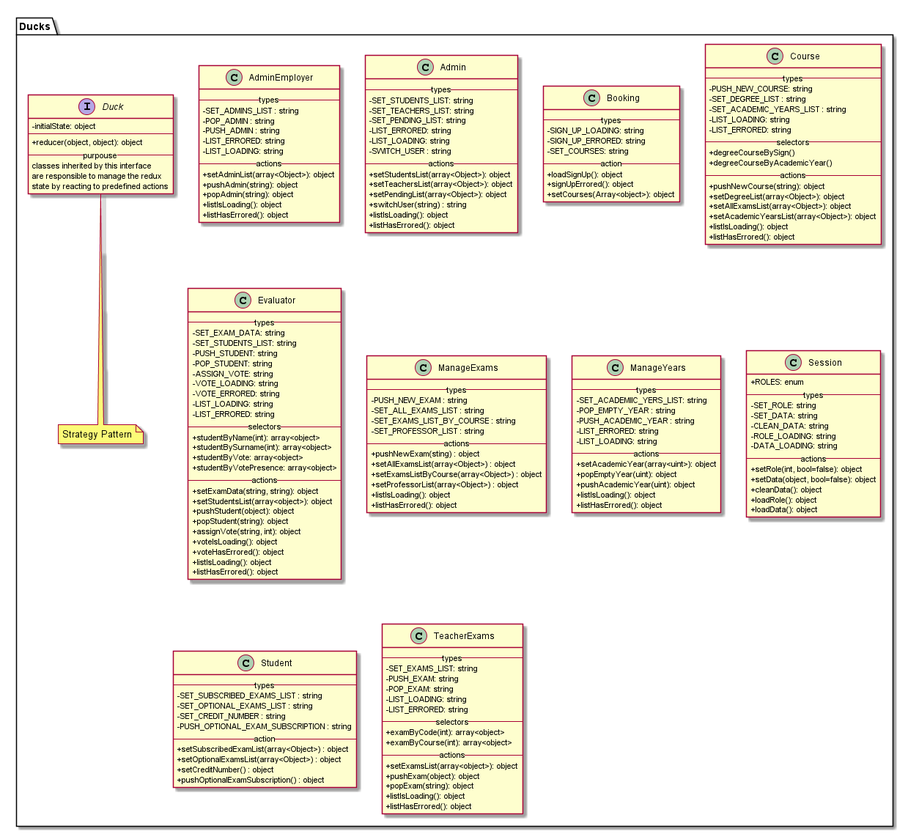
Earlier version of the PlantUML export Esterni/ManualeSviluppatore/diagrammi/redux/ducks.png (M9k/Marvin-Documentazione---353). The source it was exported from:
```plantuml
@startuml
skinparam linetype ortho
skinparam classAttributeIconSize 0
package "Ducks" {
interface Duck{
  - initialState: object
  --
  + reducer(object, object): object
  -- purpouse --
  classes inherited by this interface
  are responsible to manage the redux
  state by reacting to predefined actions
}
note bottom of Duck
 Strategy Pattern
end note
class AdminEmployer{
  -- types --
  - SET_ADMINS_LIST : string
  - POP_ADMIN : string
  - PUSH_ADMIN : string
  - LIST_ERRORED: string
  - LIST_LOADING: string
  -- actions --
  + setAdminList(array<Object>): object
  + pushAdmin(string): object
  + popAdmin(string): object
  + listIsLoading(): object
  + listHasErrored(): object
}


class Admin{
  --types--
  - SET_STUDENTS_LIST: string
  - SET_TEACHERS_LIST: string
  - SET_PENDING_LIST: string
  - LIST_ERRORED: string
  - LIST_LOADING: string
  - SWITCH_USER : string
  --actions--
  + setStudentsList(array<Object>): object
  + setTeachersList(array<Object>): object
  + setPendingList(array<Object>): object
  + switchUser(string) : string
  + listIsLoading(): object
  + listHasErrored(): object
}

class Booking{
  -- types --
  - SIGN_UP_LOADING: string
  - SIGN_UP_ERRORED: string
  - SET_COURSES: string
  -- action --
  + loadSignUp(): object
  + signUpErrored(): object
  + setCourses(Array<object>): object
}

class Course{
  -- types --
  - PUSH_NEW_COURSE: string
  - SET_DEGREE_LIST : string
  - SET_ACADEMIC_YEARS_LIST : string
  - LIST_LOADING: string
  - LIST_ERRORED: string
  -- selectors --
  + degreeCourseBySign()
  + degreeCourseByAcademicYear()
  -- actions --
  + pushNewCourse(string): object
  + setDegreeList(array<Object>): object
  + setAllExamsList(array<Object>): object
  + setAcademicYearsList(array<Object>): object
  + listIsLoading(): object
  + listHasErrored(): object
}

class Evaluator{
  -- types --
  - SET_EXAM_DATA: string
  - SET_STUDENTS_LIST: string
  - PUSH_STUDENT: string
  - POP_STUDENT: string
  - ASSIGN_VOTE: string
  - VOTE_LOADING: string
  - VOTE_ERRORED: string
  - LIST_LOADING: string
  - LIST_ERRORED: string
  -- selectors --
  + studentByName(int): array<object>
  + studentBySurname(int): array<object>
  + studentByVote: array<object>
  + studentByVotePresence: array<object>
  -- actions --
  + setExamData(string, string): object
  + setStudentsList(array<object>): object
  + pushStudent(object): object
  + popStudent(string): object
  + assignVote(string, int): object
  + voteIsLoading(): object
  + voteHasErrored(): object
  + listIsLoading(): object
  + listHasErrored(): object
}

class ManageExams{
  -- types --
  - PUSH_NEW_EXAM : string
  - SET_ALL_EXAMS_LIST : string
  - SET_EXAMS_LIST_BY_COURSE : string
  - SET_PROFESSOR_LIST : string
  -- actions --
  + pushNewExam(sting) : object
  + setAllExamsList(array<Object>) : object
  + setExamsListByCourse(array<Object>) : object
  + setProfessorList(array<Object>) : object
  + listIsLoading(): object
  + listHasErrored(): object
}

class ManageYears{
  -- types --
  - SET_ACADEMIIC_YERS_LIST: string
  - POP_EMPTY_YEAR : string
  - PUSH_ACADEMIC_YEAR : string
  - LIST_ERRORED: string
  - LIST_LOADING: string
  -- actions --
  + setAcademicYear(array<uint>): object
  + popEmptyYear(uint): object
  + pushAcademicYear(uint): object
  + listIsLoading(): object
  + listHasErrored(): object
}

class Session{
  + ROLES: enum
  -- types --
  - SET_ROLE: string
  - SET_DATA: string
  - CLEAN_DATA: string
  - ROLE_LOADING: string
  - DATA_LOADING: string
  -- actions --
  + setRole(int, bool=false): object
  + setData(object, bool=false): object
  + cleanData(): object
  + loadRole(): object
  + loadData(): object
}

class Student{
  -- types --
  - SET_SUBSCRIBED_EXAMS_LIST : string
  - SET_OPTIONAL_EXAMS_LIST : string
  - SET_CREDIT_NUMBER : string
  - PUSH_OPTIONAL_EXAM_SUBSCRIPTION : string
  -- action --
  + setSubscribedExamList(array<Object>) : object
  + setOptionalExamsList(array<Object>) : object
  + setCreditNumber() : object
  + pushOptionalExamSubscription() : object
}

class TeacherExams{
  -- types --
  - SET_EXAMS_LIST: string
  - PUSH_EXAM: string
  - POP_EXAM: string
  - LIST_LOADING: string
  - LIST_ERRORED: string
  -- selectors --
  + examByCode(int): array<object>
  + examByCourse(int): array<object>
  -- actions --
  + setExamsList(array<object>): object
  + pushExam(object): object
  + popExam(string): object
  + listIsLoading(): object
  + listHasErrored(): object
}

}


@enduml
```
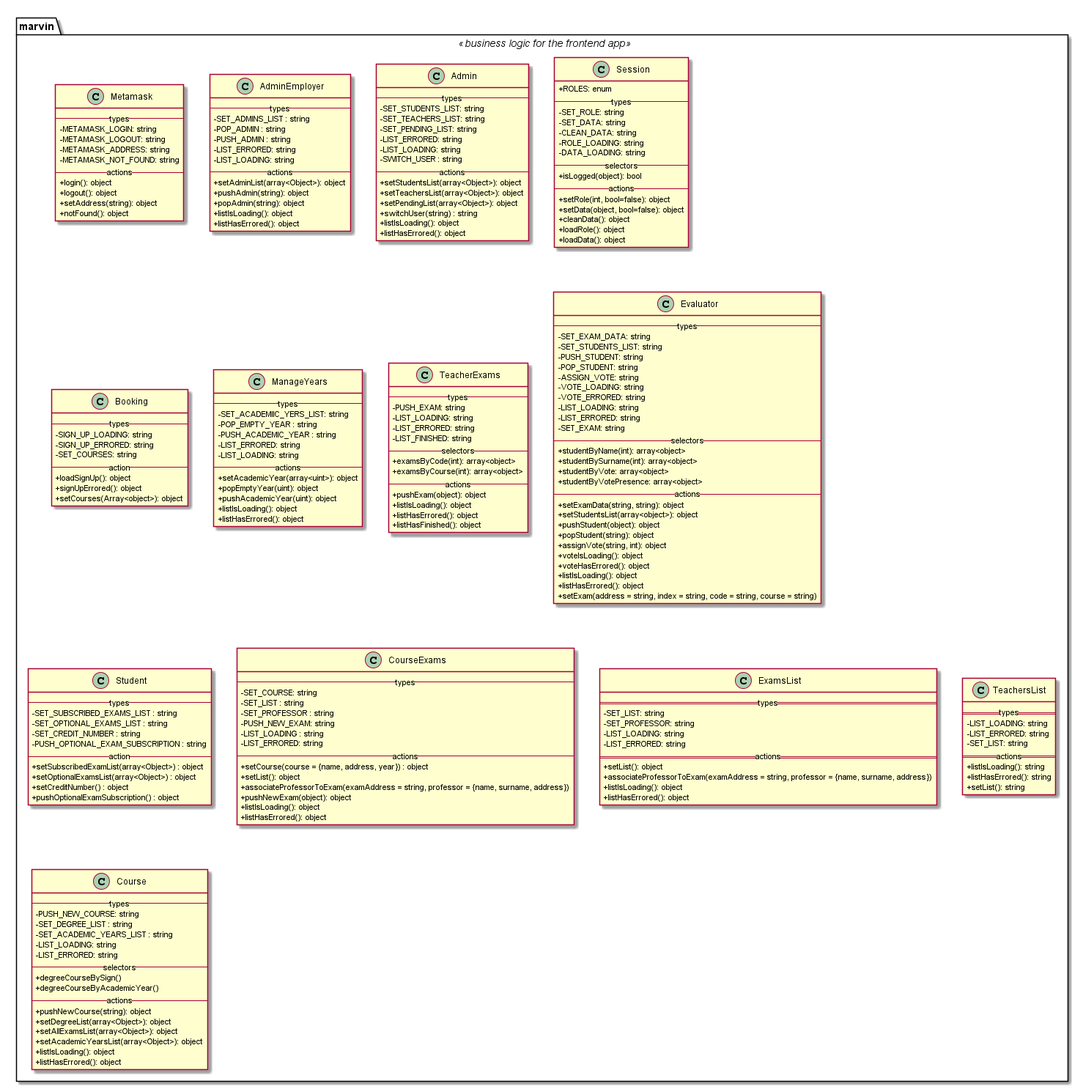
Later version of the same file.

Commit message:
aggiornamento uml ducks

Diff of the diagram source:
```diff
@@ -1,19 +1,23 @@
 @startuml
 skinparam linetype ortho
 skinparam classAttributeIconSize 0
-package "Ducks" {
-interface Duck{
-  - initialState: object
-  --
-  + reducer(object, object): object
-  -- purpouse --
-  classes inherited by this interface
-  are responsible to manage the redux
-  state by reacting to predefined actions
+namespace marvin <<business logic for the frontend app>> {
+
+class Metamask{
+  --types--
+  - METAMASK_LOGIN: string
+  - METAMASK_LOGOUT: string
+  - METAMASK_ADDRESS: string
+  - METAMASK_NOT_FOUND: string
+  --actions--
+  + login(): object
+  + logout(): object
+  + setAddress(string): object
+  + notFound(): object
 }
-note bottom of Duck
- Strategy Pattern
-end note
+
+
+
 class AdminEmployer{
   -- types --
   - SET_ADMINS_LIST : string
@@ -47,6 +51,26 @@
   + listHasErrored(): object
 }
 
+class Session{
+  + ROLES: enum
+  -- types --
+  - SET_ROLE: string
+  - SET_DATA: string
+  - CLEAN_DATA: string
+  - ROLE_LOADING: string
+  - DATA_LOADING: string
+  --selectors--
+  + isLogged(object): bool
+  -- actions --
+  + setRole(int, bool=false): object
+  + setData(object, bool=false): object
+  + cleanData(): object
+  + loadRole(): object
+  + loadData(): object
+}
+
+
+
 class Booking{
   -- types --
   - SIGN_UP_LOADING: string
@@ -57,6 +81,135 @@
   + signUpErrored(): object
   + setCourses(Array<object>): object
 }
+
+
+class ManageYears{
+  -- types --
+  - SET_ACADEMIIC_YERS_LIST: string
+  - POP_EMPTY_YEAR : string
+  - PUSH_ACADEMIC_YEAR : string
+  - LIST_ERRORED: string
+  - LIST_LOADING: string
+  -- actions --
+  + setAcademicYear(array<uint>): object
+  + popEmptyYear(uint): object
+  + pushAcademicYear(uint): object
+  + listIsLoading(): object
+  + listHasErrored(): object
+}
+
+
+
+
+class TeacherExams{
+  -- types --
+  - PUSH_EXAM: string
+  - LIST_LOADING: string
+  - LIST_ERRORED: string
+  - LIST_FINISHED: string
+  -- selectors --
+  + examsByCode(int): array<object>
+  + examsByCourse(int): array<object>
+  -- actions --
+  + pushExam(object): object
+  + listIsLoading(): object
+  + listHasErrored(): object
+  + listHasFinished(): object
+}
+
+
+
+class Evaluator{
+  -- types --
+  - SET_EXAM_DATA: string
+  - SET_STUDENTS_LIST: string
+  - PUSH_STUDENT: string
+  - POP_STUDENT: string
+  - ASSIGN_VOTE: string
+  - VOTE_LOADING: string
+  - VOTE_ERRORED: string
+  - LIST_LOADING: string
+  - LIST_ERRORED: string
+  - SET_EXAM: string
+  -- selectors --
+  + studentByName(int): array<object>
+  + studentBySurname(int): array<object>
+  + studentByVote: array<object>
+  + studentByVotePresence: array<object>
+  -- actions --
+  + setExamData(string, string): object
+  + setStudentsList(array<object>): object
+  + pushStudent(object): object
+  + popStudent(string): object
+  + assignVote(string, int): object
+  + voteIsLoading(): object
+  + voteHasErrored(): object
+  + listIsLoading(): object
+  + listHasErrored(): object
+  + setExam(address = string, index = string, code = string, course = string)
+}
+
+class Student{
+  -- types --
+  - SET_SUBSCRIBED_EXAMS_LIST : string
+  - SET_OPTIONAL_EXAMS_LIST : string
+  - SET_CREDIT_NUMBER : string
+  - PUSH_OPTIONAL_EXAM_SUBSCRIPTION : string
+  -- action --
+  + setSubscribedExamList(array<Object>) : object
+  + setOptionalExamsList(array<Object>) : object
+  + setCreditNumber() : object
+  + pushOptionalExamSubscription() : object
+}
+
+
+
+class CourseExams{
+  -- types --
+  - SET_COURSE: string
+  - SET_LIST : string
+  - SET_PROFESSOR : string
+  - PUSH_NEW_EXAM: string
+  - LIST_LOADING : string
+  - LIST_ERRORED: string
+  -- actions --
+  + setCourse(course = {name, address, year}) : object
+  + setList(): object
+  + associateProfessorToExam(examAddress = string, professor = {name, surname, address})
+  + pushNewExam(object): object
+  + listIsLoading(): object
+  + listHasErrored(): object
+}
+
+
+
+
+class ExamsList {
+  == types ==
+  - SET_LIST: string
+  - SET_PROFESSOR: string
+  - LIST_LOADING: string
+  - LIST_ERRORED: string
+  == actions ==
+  + setList(): object
+  + associateProfessorToExam(examAddress = string, professor = {name, surname, address})
+  + listIsLoading(): object
+  + listHasErrored(): object
+}
+
+class TeachersList {
+  == types ==
+  - LIST_LOADING: string
+  - LIST_ERRORED: string
+  - SET_LIST: string
+  == actions ==
+  + listIsLoading(): string
+  + listHasErrored(): string
+  + setList(): string
+}
+
+
+
 
 class Course{
   -- types --
@@ -77,112 +230,5 @@
   + listHasErrored(): object
 }
 
-class Evaluator{
-  -- types --
-  - SET_EXAM_DATA: string
-  - SET_STUDENTS_LIST: string
-  - PUSH_STUDENT: string
-  - POP_STUDENT: string
-  - ASSIGN_VOTE: string
-  - VOTE_LOADING: string
-  - VOTE_ERRORED: string
-  - LIST_LOADING: string
-  - LIST_ERRORED: string
-  -- selectors --
-  + studentByName(int): array<object>
-  + studentBySurname(int): array<object>
-  + studentByVote: array<object>
-  + studentByVotePresence: array<object>
-  -- actions --
-  + setExamData(string, string): object
-  + setStudentsList(array<object>): object
-  + pushStudent(object): object
-  + popStudent(string): object
-  + assignVote(string, int): object
-  + voteIsLoading(): object
-  + voteHasErrored(): object
-  + listIsLoading(): object
-  + listHasErrored(): object
 }
-
-class ManageExams{
-  -- types --
-  - PUSH_NEW_EXAM : string
-  - SET_ALL_EXAMS_LIST : string
-  - SET_EXAMS_LIST_BY_COURSE : string
-  - SET_PROFESSOR_LIST : string
-  -- actions --
-  + pushNewExam(sting) : object
-  + setAllExamsList(array<Object>) : object
-  + setExamsListByCourse(array<Object>) : object
-  + setProfessorList(array<Object>) : object
-  + listIsLoading(): object
-  + listHasErrored(): object
-}
-
-class ManageYears{
-  -- types --
-  - SET_ACADEMIIC_YERS_LIST: string
-  - POP_EMPTY_YEAR : string
-  - PUSH_ACADEMIC_YEAR : string
-  - LIST_ERRORED: string
-  - LIST_LOADING: string
-  -- actions --
-  + setAcademicYear(array<uint>): object
-  + popEmptyYear(uint): object
-  + pushAcademicYear(uint): object
-  + listIsLoading(): object
-  + listHasErrored(): object
-}
-
-class Session{
-  + ROLES: enum
-  -- types --
-  - SET_ROLE: string
-  - SET_DATA: string
-  - CLEAN_DATA: string
-  - ROLE_LOADING: string
-  - DATA_LOADING: string
-  -- actions --
-  + setRole(int, bool=false): object
-  + setData(object, bool=false): object
-  + cleanData(): object
-  + loadRole(): object
-  + loadData(): object
-}
-
-class Student{
-  -- types --
-  - SET_SUBSCRIBED_EXAMS_LIST : string
-  - SET_OPTIONAL_EXAMS_LIST : string
-  - SET_CREDIT_NUMBER : string
-  - PUSH_OPTIONAL_EXAM_SUBSCRIPTION : string
-  -- action --
-  + setSubscribedExamList(array<Object>) : object
-  + setOptionalExamsList(array<Object>) : object
-  + setCreditNumber() : object
-  + pushOptionalExamSubscription() : object
-}
-
-class TeacherExams{
-  -- types --
-  - SET_EXAMS_LIST: string
-  - PUSH_EXAM: string
-  - POP_EXAM: string
-  - LIST_LOADING: string
-  - LIST_ERRORED: string
-  -- selectors --
-  + examByCode(int): array<object>
-  + examByCourse(int): array<object>
-  -- actions --
-  + setExamsList(array<object>): object
-  + pushExam(object): object
-  + popExam(string): object
-  + listIsLoading(): object
-  + listHasErrored(): object
-}
-
-}
-
-
 @enduml
```
